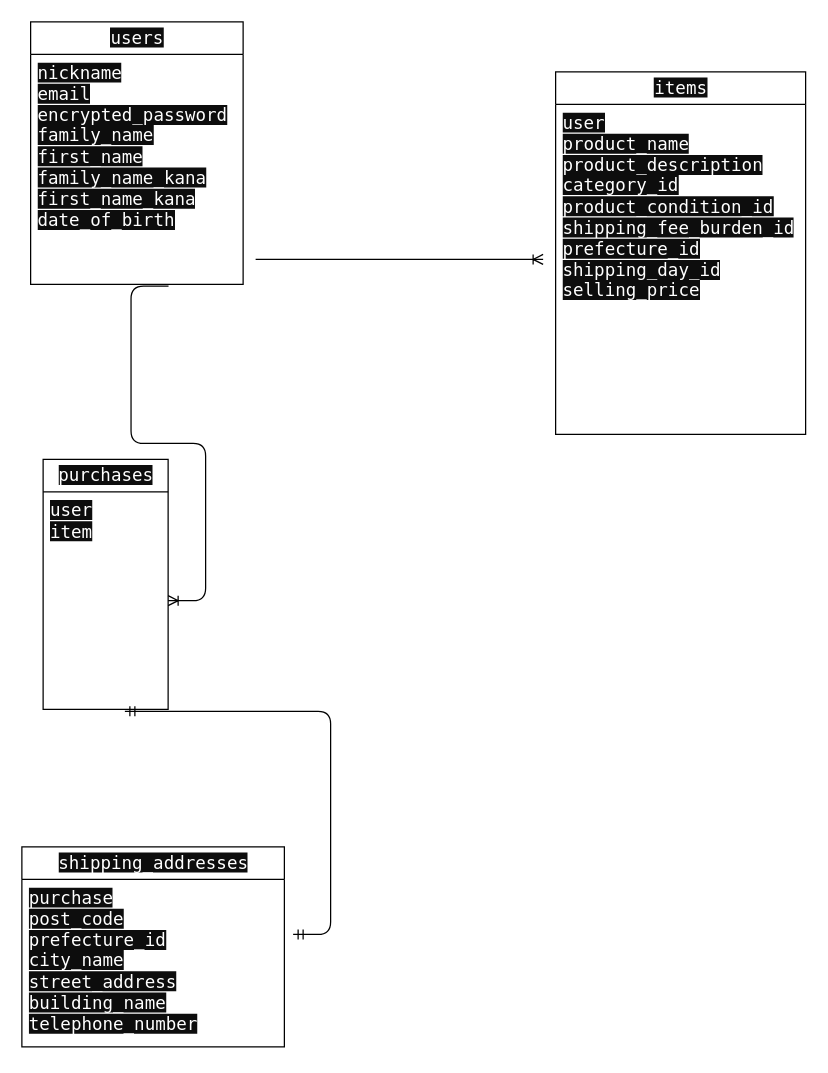
The draw.io diagram furima.dio in sasakibambi/furima-40499, before the edit. Source tidied: cells renumbered, new cells numbered last; positions are measured from the earlier drawing's top-left corner, leaving out a move shared by most shapes. Both pictures are drawn from the tidied source at 125%, with x=0, y=0 at pixel (21, 21).
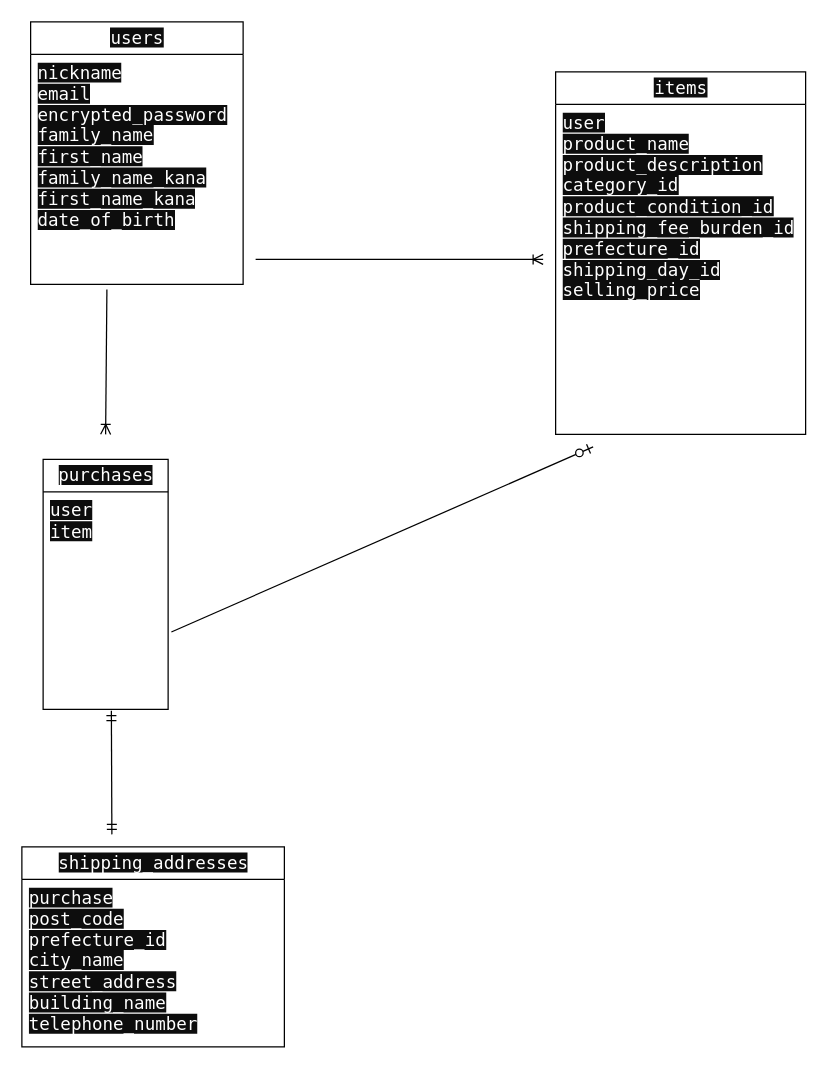
The same page after the edit.

Commit message:
データベース設計(修正6)

Diff of the diagram source:
```diff
@@
 <mxGraphModel>
   <root>
     <mxCell id="0" />
     <mxCell id="1" parent="0" />
     <mxCell id="2" value="&lt;span style=&quot;color: rgb(255, 255, 255); font-family: &amp;quot;Söhne Mono&amp;quot;, Monaco, &amp;quot;Andale Mono&amp;quot;, &amp;quot;Ubuntu Mono&amp;quot;, monospace; font-size: 14px; text-align: left; background-color: rgb(13, 13, 13);&quot;&gt;users &lt;/span&gt;" style="swimlane;fontStyle=0;horizontal=1;startSize=26;fillColor=none;html=1;" parent="1" vertex="1">
       <mxGeometry x="7" width="170" height="210" as="geometry" />
     </mxCell>
     <mxCell id="3" value="&lt;span style=&quot;color: rgb(255, 255, 255); font-family: &amp;quot;Söhne Mono&amp;quot;, Monaco, &amp;quot;Andale Mono&amp;quot;, &amp;quot;Ubuntu Mono&amp;quot;, monospace; font-size: 14px; text-align: left; background-color: rgb(13, 13, 13);&quot;&gt;purchases &lt;/span&gt;" style="swimlane;fontStyle=0;horizontal=1;startSize=26;fillColor=none;html=1;" parent="1" vertex="1">
       <mxGeometry x="17" y="350" width="100" height="200" as="geometry" />
     </mxCell>
     <mxCell id="4" value="&lt;span style=&quot;color: rgb(255, 255, 255); font-family: &amp;quot;Söhne Mono&amp;quot;, Monaco, &amp;quot;Andale Mono&amp;quot;, &amp;quot;Ubuntu Mono&amp;quot;, monospace; font-size: 14px; font-style: normal; font-variant-ligatures: normal; font-variant-caps: normal; font-weight: 400; letter-spacing: normal; orphans: 2; text-align: left; text-indent: 0px; text-transform: none; widows: 2; word-spacing: 0px; -webkit-text-stroke-width: 0px; background-color: rgb(13, 13, 13); text-decoration-thickness: initial; text-decoration-style: initial; text-decoration-color: initial; float: none; display: inline !important;&quot;&gt;user&lt;br&gt;&lt;span style=&quot;&quot;&gt;item&lt;/span&gt;&lt;br&gt;&lt;/span&gt;" style="text;strokeColor=none;fillColor=none;align=left;verticalAlign=top;spacingLeft=4;spacingRight=4;overflow=hidden;points=[[0,0.5],[1,0.5]];portConstraint=eastwest;whiteSpace=wrap;html=1;" parent="3" vertex="1">
       <mxGeometry y="26" width="100" height="174" as="geometry" />
     </mxCell>
     <mxCell id="5" value="&lt;span style=&quot;color: rgb(255, 255, 255); font-family: &amp;quot;Söhne Mono&amp;quot;, Monaco, &amp;quot;Andale Mono&amp;quot;, &amp;quot;Ubuntu Mono&amp;quot;, monospace; font-size: 14px; text-align: left; background-color: rgb(13, 13, 13);&quot;&gt;shipping_addresses&lt;/span&gt;" style="swimlane;fontStyle=0;horizontal=1;startSize=26;fillColor=none;html=1;" parent="1" vertex="1">
       <mxGeometry y="660" width="210" height="160" as="geometry" />
     </mxCell>
     <mxCell id="6" value="&lt;span style=&quot;color: rgb(255, 255, 255); font-family: &amp;quot;Söhne Mono&amp;quot;, Monaco, &amp;quot;Andale Mono&amp;quot;, &amp;quot;Ubuntu Mono&amp;quot;, monospace; font-size: 14px; background-color: rgb(13, 13, 13);&quot;&gt;purchase&lt;br&gt;&lt;/span&gt;&lt;span style=&quot;color: rgb(255, 255, 255); font-family: &amp;quot;Söhne Mono&amp;quot;, Monaco, &amp;quot;Andale Mono&amp;quot;, &amp;quot;Ubuntu Mono&amp;quot;, monospace; font-size: 14px; background-color: rgb(13, 13, 13);&quot;&gt;post_code&lt;br&gt;&lt;/span&gt;&lt;span style=&quot;color: rgb(255, 255, 255); font-family: &amp;quot;Söhne Mono&amp;quot;, Monaco, &amp;quot;Andale Mono&amp;quot;, &amp;quot;Ubuntu Mono&amp;quot;, monospace; font-size: 14px; background-color: rgb(13, 13, 13);&quot;&gt;prefecture_id&lt;br&gt;&lt;/span&gt;&lt;span style=&quot;color: rgb(255, 255, 255); font-family: &amp;quot;Söhne Mono&amp;quot;, Monaco, &amp;quot;Andale Mono&amp;quot;, &amp;quot;Ubuntu Mono&amp;quot;, monospace; font-size: 14px; background-color: rgb(13, 13, 13);&quot;&gt;city_name&lt;br&gt;&lt;/span&gt;&lt;span style=&quot;color: rgb(255, 255, 255); font-family: &amp;quot;Söhne Mono&amp;quot;, Monaco, &amp;quot;Andale Mono&amp;quot;, &amp;quot;Ubuntu Mono&amp;quot;, monospace; font-size: 14px; background-color: rgb(13, 13, 13);&quot;&gt;street_address &lt;br&gt;&lt;/span&gt;&lt;span style=&quot;color: rgb(255, 255, 255); font-family: &amp;quot;Söhne Mono&amp;quot;, Monaco, &amp;quot;Andale Mono&amp;quot;, &amp;quot;Ubuntu Mono&amp;quot;, monospace; font-size: 14px; background-color: rgb(13, 13, 13);&quot;&gt;building_name&lt;br&gt;&lt;/span&gt;&lt;span style=&quot;color: rgb(255, 255, 255); font-family: &amp;quot;Söhne Mono&amp;quot;, Monaco, &amp;quot;Andale Mono&amp;quot;, &amp;quot;Ubuntu Mono&amp;quot;, monospace; font-size: 14px; background-color: rgb(13, 13, 13);&quot;&gt;telephone_number&lt;/span&gt;&lt;span style=&quot;color: rgb(255, 255, 255); font-family: &amp;quot;Söhne Mono&amp;quot;, Monaco, &amp;quot;Andale Mono&amp;quot;, &amp;quot;Ubuntu Mono&amp;quot;, monospace; font-size: 14px; background-color: rgb(13, 13, 13);&quot;&gt;&lt;br&gt;&lt;/span&gt;" style="text;strokeColor=none;fillColor=none;align=left;verticalAlign=top;spacingLeft=4;spacingRight=4;overflow=hidden;whiteSpace=wrap;html=1;" parent="5" vertex="1">
       <mxGeometry y="26" width="210" height="134" as="geometry" />
     </mxCell>
     <mxCell id="7" value="&lt;span style=&quot;color: rgb(255, 255, 255); font-family: &amp;quot;Söhne Mono&amp;quot;, Monaco, &amp;quot;Andale Mono&amp;quot;, &amp;quot;Ubuntu Mono&amp;quot;, monospace; font-size: 14px; text-align: left; background-color: rgb(13, 13, 13);&quot;&gt;items  &lt;/span&gt;" style="swimlane;fontStyle=0;horizontal=1;startSize=26;fillColor=none;html=1;" parent="1" vertex="1">
       <mxGeometry x="427" y="40" width="200" height="290" as="geometry" />
     </mxCell>
     <mxCell id="8" value="&lt;span style=&quot;color: rgb(255, 255, 255); font-family: &amp;quot;Söhne Mono&amp;quot;, Monaco, &amp;quot;Andale Mono&amp;quot;, &amp;quot;Ubuntu Mono&amp;quot;, monospace; font-size: 14px; background-color: rgb(13, 13, 13);&quot;&gt;user&lt;/span&gt;&lt;span style=&quot;color: rgb(255, 255, 255); font-family: &amp;quot;Söhne Mono&amp;quot;, Monaco, &amp;quot;Andale Mono&amp;quot;, &amp;quot;Ubuntu Mono&amp;quot;, monospace; font-size: 14px; background-color: rgb(13, 13, 13);&quot;&gt;&lt;br&gt;&lt;/span&gt;&lt;span style=&quot;color: rgb(255, 255, 255); font-family: &amp;quot;Söhne Mono&amp;quot;, Monaco, &amp;quot;Andale Mono&amp;quot;, &amp;quot;Ubuntu Mono&amp;quot;, monospace; font-size: 14px; background-color: rgb(13, 13, 13);&quot;&gt;product_name&lt;br&gt;&lt;/span&gt;&lt;span style=&quot;color: rgb(255, 255, 255); font-family: &amp;quot;Söhne Mono&amp;quot;, Monaco, &amp;quot;Andale Mono&amp;quot;, &amp;quot;Ubuntu Mono&amp;quot;, monospace; font-size: 14px; background-color: rgb(13, 13, 13);&quot;&gt;product_description&lt;br&gt;&lt;/span&gt;&lt;span style=&quot;color: rgb(255, 255, 255); font-family: &amp;quot;Söhne Mono&amp;quot;, Monaco, &amp;quot;Andale Mono&amp;quot;, &amp;quot;Ubuntu Mono&amp;quot;, monospace; font-size: 14px; background-color: rgb(13, 13, 13);&quot;&gt;category_id&lt;br&gt;&lt;/span&gt;&lt;span style=&quot;color: rgb(255, 255, 255); font-family: &amp;quot;Söhne Mono&amp;quot;, Monaco, &amp;quot;Andale Mono&amp;quot;, &amp;quot;Ubuntu Mono&amp;quot;, monospace; font-size: 14px; background-color: rgb(13, 13, 13);&quot;&gt; product_condition_id&lt;br&gt;shipping_fee_burden_id&lt;br&gt;&lt;/span&gt;&lt;span style=&quot;color: rgb(255, 255, 255); font-family: &amp;quot;Söhne Mono&amp;quot;, Monaco, &amp;quot;Andale Mono&amp;quot;, &amp;quot;Ubuntu Mono&amp;quot;, monospace; font-size: 14px; background-color: rgb(13, 13, 13);&quot;&gt;prefecture_id&lt;br&gt;&lt;/span&gt;&lt;span style=&quot;color: rgb(255, 255, 255); font-family: &amp;quot;Söhne Mono&amp;quot;, Monaco, &amp;quot;Andale Mono&amp;quot;, &amp;quot;Ubuntu Mono&amp;quot;, monospace; font-size: 14px; background-color: rgb(13, 13, 13);&quot;&gt;shipping_day_id&lt;br&gt;&lt;/span&gt;&lt;span style=&quot;color: rgb(255, 255, 255); font-family: &amp;quot;Söhne Mono&amp;quot;, Monaco, &amp;quot;Andale Mono&amp;quot;, &amp;quot;Ubuntu Mono&amp;quot;, monospace; font-size: 14px; background-color: rgb(13, 13, 13);&quot;&gt;selling_price&lt;br&gt;&lt;/span&gt;&lt;span style=&quot;color: rgb(255, 255, 255); font-family: &amp;quot;Söhne Mono&amp;quot;, Monaco, &amp;quot;Andale Mono&amp;quot;, &amp;quot;Ubuntu Mono&amp;quot;, monospace; font-size: 14px; background-color: rgb(13, 13, 13);&quot;&gt;&lt;br&gt;&lt;/span&gt;" style="text;strokeColor=none;fillColor=none;align=left;verticalAlign=top;spacingLeft=4;spacingRight=4;overflow=hidden;whiteSpace=wrap;html=1;" parent="7" vertex="1">
       <mxGeometry y="26" width="200" height="264" as="geometry" />
     </mxCell>
     <mxCell id="9" value="&lt;span style=&quot;color: rgb(255, 255, 255); font-family: &amp;quot;Söhne Mono&amp;quot;, Monaco, &amp;quot;Andale Mono&amp;quot;, &amp;quot;Ubuntu Mono&amp;quot;, monospace; font-size: 14px; background-color: rgb(13, 13, 13);&quot;&gt;nickname&lt;br&gt;&lt;/span&gt;&lt;span style=&quot;color: rgb(255, 255, 255); font-family: &amp;quot;Söhne Mono&amp;quot;, Monaco, &amp;quot;Andale Mono&amp;quot;, &amp;quot;Ubuntu Mono&amp;quot;, monospace; font-size: 14px; background-color: rgb(13, 13, 13);&quot;&gt;email&lt;br&gt;&lt;/span&gt;&lt;span style=&quot;color: rgb(255, 255, 255); font-family: &amp;quot;Söhne Mono&amp;quot;, Monaco, &amp;quot;Andale Mono&amp;quot;, &amp;quot;Ubuntu Mono&amp;quot;, monospace; font-size: 14px; background-color: rgb(13, 13, 13);&quot;&gt;encrypted_password&lt;br&gt;&lt;/span&gt;&lt;span style=&quot;color: rgb(255, 255, 255); font-family: &amp;quot;Söhne Mono&amp;quot;, Monaco, &amp;quot;Andale Mono&amp;quot;, &amp;quot;Ubuntu Mono&amp;quot;, monospace; font-size: 14px; background-color: rgb(13, 13, 13);&quot;&gt;family_name&lt;br&gt;first_name&lt;br&gt;&lt;/span&gt;&lt;span style=&quot;color: rgb(255, 255, 255); font-family: &amp;quot;Söhne Mono&amp;quot;, Monaco, &amp;quot;Andale Mono&amp;quot;, &amp;quot;Ubuntu Mono&amp;quot;, monospace; font-size: 14px; background-color: rgb(13, 13, 13);&quot;&gt;family_name_kana&lt;br&gt;&lt;/span&gt;&lt;span style=&quot;color: rgb(255, 255, 255); font-family: &amp;quot;Söhne Mono&amp;quot;, Monaco, &amp;quot;Andale Mono&amp;quot;, &amp;quot;Ubuntu Mono&amp;quot;, monospace; font-size: 14px; background-color: rgb(13, 13, 13);&quot;&gt;first_name_kana&lt;br&gt;&lt;/span&gt;&lt;span style=&quot;color: rgb(255, 255, 255); font-family: &amp;quot;Söhne Mono&amp;quot;, Monaco, &amp;quot;Andale Mono&amp;quot;, &amp;quot;Ubuntu Mono&amp;quot;, monospace; font-size: 14px; background-color: rgb(13, 13, 13);&quot;&gt;date_of_birth&lt;/span&gt;&lt;span style=&quot;color: rgb(255, 255, 255); font-family: &amp;quot;Söhne Mono&amp;quot;, Monaco, &amp;quot;Andale Mono&amp;quot;, &amp;quot;Ubuntu Mono&amp;quot;, monospace; font-size: 14px; background-color: rgb(13, 13, 13);&quot;&gt;&lt;br&gt;&lt;/span&gt;" style="text;strokeColor=none;fillColor=none;align=left;verticalAlign=top;spacingLeft=4;spacingRight=4;overflow=hidden;points=[[0,0.5],[1,0.5]];portConstraint=eastwest;whiteSpace=wrap;html=1;" parent="1" vertex="1">
       <mxGeometry x="7" y="26" width="170" height="184" as="geometry" />
     </mxCell>
     <mxCell id="10" style="edgeStyle=entityRelationEdgeStyle;fontSize=12;html=1;endArrow=ERoneToMany;" parent="1" edge="1">
       <mxGeometry relative="1" as="geometry">
         <mxPoint x="187" y="190" as="sourcePoint" />
         <mxPoint x="417" y="190" as="targetPoint" />
       </mxGeometry>
     </mxCell>
-    <mxCell id="11" style="edgeStyle=entityRelationEdgeStyle;fontSize=12;html=1;endArrow=ERoneToMany;exitX=0.649;exitY=1.008;exitDx=0;exitDy=0;exitPerimeter=0;" parent="1" edge="1" source="9" target="4">
-      <mxGeometry relative="1" as="geometry" />
+    <mxCell id="11" style="fontSize=12;html=1;endArrow=ERoneToMany;exitX=0.359;exitY=1.022;exitDx=0;exitDy=0;exitPerimeter=0;" parent="1" edge="1" source="9">
+      <mxGeometry relative="1" as="geometry">
+        <mxPoint x="67" y="330" as="targetPoint" />
+      </mxGeometry>
     </mxCell>
-    <mxCell id="12" style="edgeStyle=entityRelationEdgeStyle;fontSize=12;html=1;endArrow=ERmandOne;startArrow=ERmandOne;entryX=0.654;entryY=1.009;entryDx=0;entryDy=0;entryPerimeter=0;" parent="1" edge="1" target="4">
+    <mxCell id="12" style="fontSize=12;html=1;endArrow=ERmandOne;startArrow=ERmandOne;entryX=0.546;entryY=1.006;entryDx=0;entryDy=0;entryPerimeter=0;" parent="1" edge="1" target="4">
       <mxGeometry relative="1" as="geometry">
-        <mxPoint x="217" y="730" as="sourcePoint" />
+        <mxPoint x="72" y="650" as="sourcePoint" />
       </mxGeometry>
     </mxCell>
+    <mxCell id="13" style="fontSize=12;html=1;endArrow=ERzeroToOne;endFill=1;exitX=1.026;exitY=0.644;exitDx=0;exitDy=0;exitPerimeter=0;" parent="1" edge="1" source="4">
+      <mxGeometry relative="1" as="geometry">
+        <mxPoint x="457" y="340" as="targetPoint" />
+      </mxGeometry>
+    </mxCell>
   </root>
 </mxGraphModel>
```
